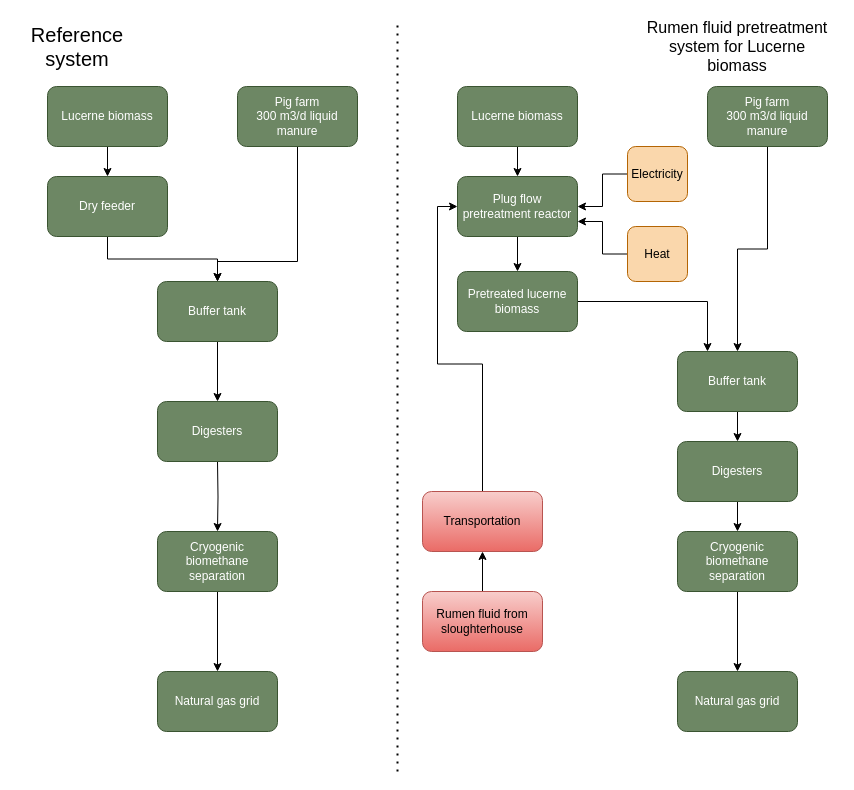
BroniusZ/fsfdfd keeps this draw.io diagram as Untitled Diagram.drawio. Above is the earlier version. Source tidied: cells renumbered, new cells numbered last; positions are measured from the earlier drawing's top-left corner, leaving out a move shared by most shapes. Both pictures are drawn from the tidied source at 100%, with x=0, y=0 at pixel (17, 21).
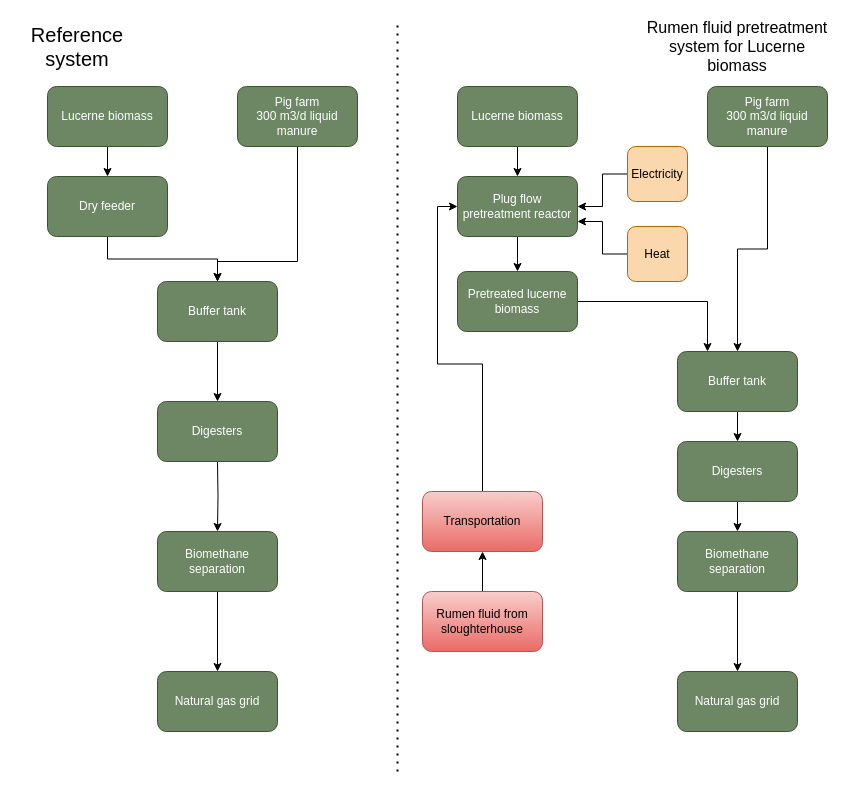
The same page after the edit.

What changed in the source:
```diff
@@
-    <mxCell id="7" value="Cryogenic biomethane separation" style="rounded=1;whiteSpace=wrap;html=1;fillColor=#6d8764;fontColor=#ffffff;strokeColor=#3A5431;" parent="1" vertex="1">
+    <mxCell id="7" value="Biomethane separation" style="rounded=1;whiteSpace=wrap;html=1;fillColor=#6d8764;fontColor=#ffffff;strokeColor=#3A5431;" parent="1" vertex="1">
       <mxGeometry x="140" y="510" width="120" height="60" as="geometry" />
     </mxCell>
@@
-    <mxCell id="23" value="Cryogenic biomethane separation" style="rounded=1;whiteSpace=wrap;html=1;fillColor=#6d8764;fontColor=#ffffff;strokeColor=#3A5431;" parent="1" vertex="1">
+    <mxCell id="23" value="Biomethane separation" style="rounded=1;whiteSpace=wrap;html=1;fillColor=#6d8764;fontColor=#ffffff;strokeColor=#3A5431;" parent="1" vertex="1">
       <mxGeometry x="660" y="510" width="120" height="60" as="geometry" />
     </mxCell>
```
